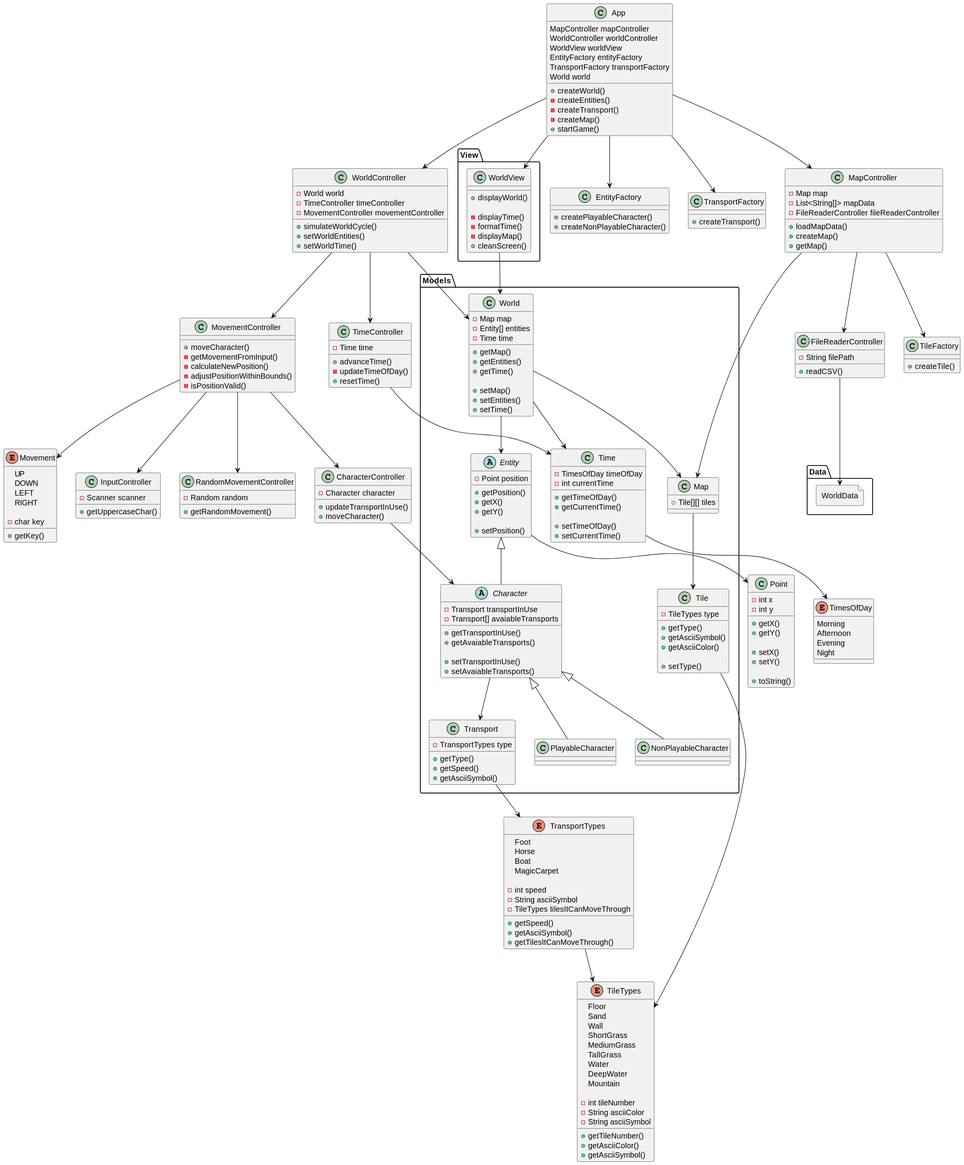
Above: docs/images/ClasesPracticas-PyMundo.svg in mmasias/23-24-IdSw2-SDD (PlantUML), before the change.
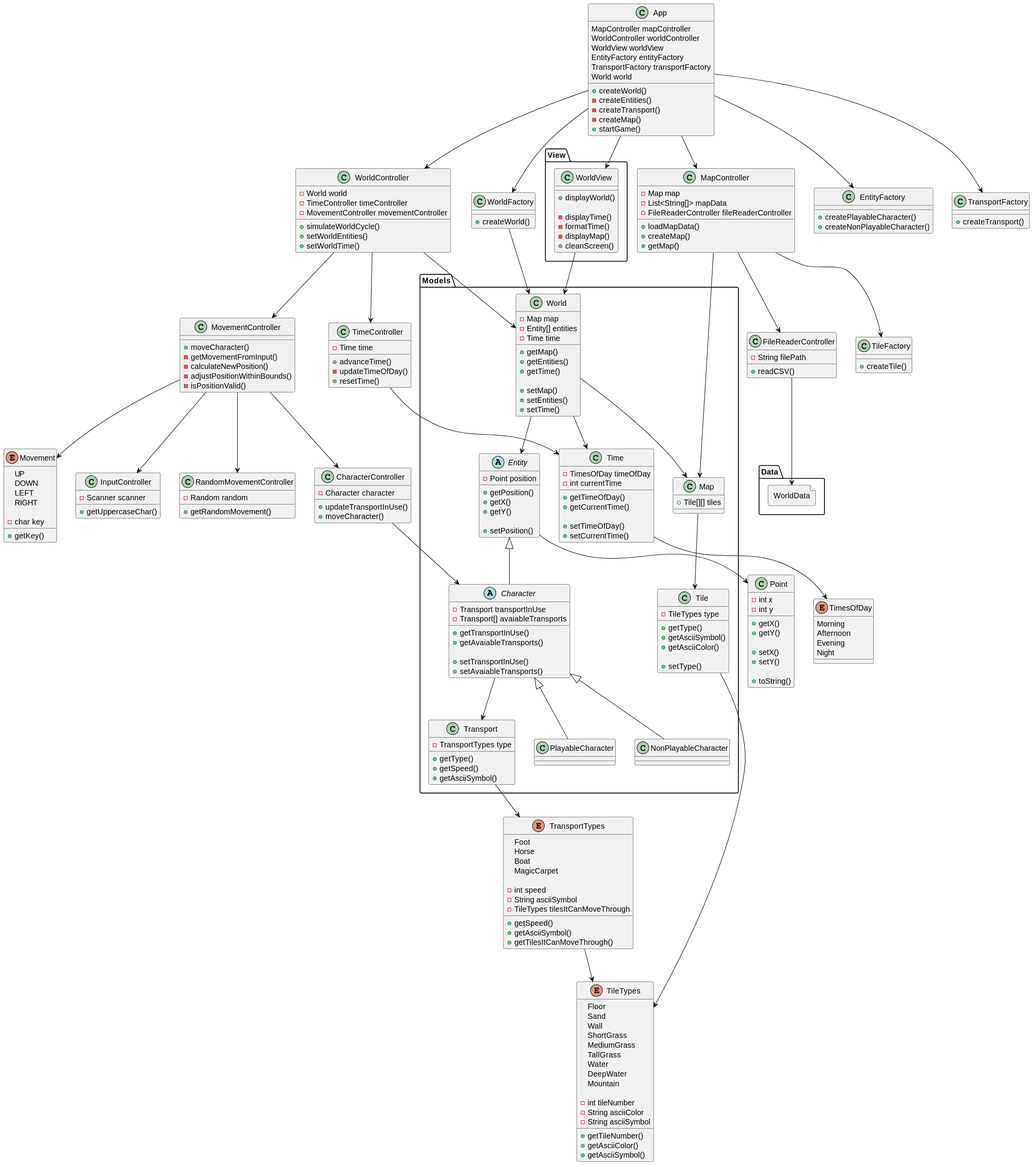
After the change.

Diff of the diagram source:
```diff
@@ -237,6 +237,10 @@
     + createNonPlayableCharacter()
 }
 
+class WorldFactory {
+    + createWorld()
+}
+
 class TileFactory {
     + createTile()
 }
@@ -283,5 +287,7 @@
 App --> EntityFactory
 App --> TransportFactory
 App --> MapController
+App --> WorldFactory
+WorldFactory --> World
 
 @enduml
```
